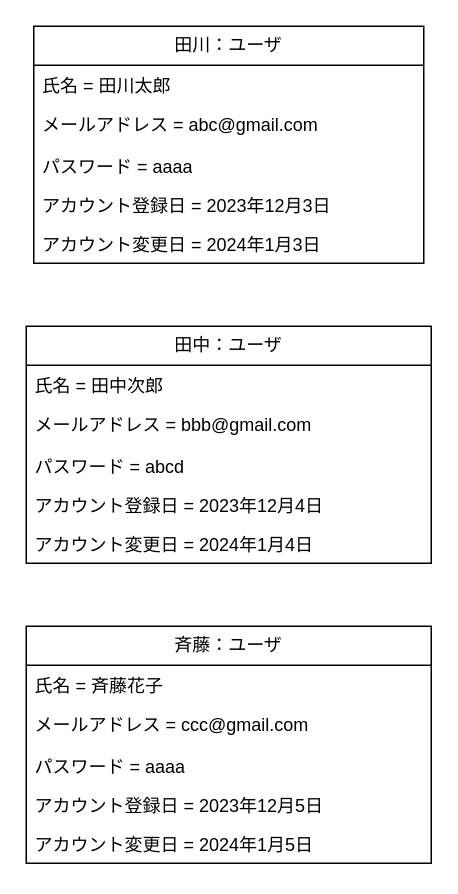
tawainfer/scorpio keeps this draw.io diagram as 概念モデル/05_ログアウトする/ログアウトする.drawio. Above is the earlier version. Source tidied: cells renumbered, new cells numbered last; positions are measured from the earlier drawing's top-left corner, leaving out a move shared by most shapes. Both pictures are drawn from the tidied source at 150%, with x=0, y=0 at pixel (26, 26).
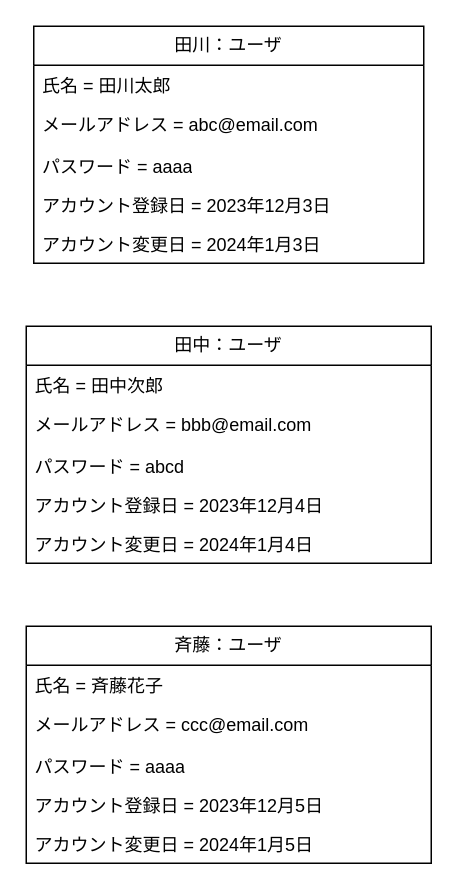
The same page after the edit.

Change to the diagram source:
```diff
@@
 <mxGraphModel>
   <root>
     <mxCell id="0" />
     <mxCell id="1" parent="0" />
     <mxCell id="2" value="田川：ユーザ" style="swimlane;fontStyle=0;horizontal=1;startSize=26;fillColor=none;whiteSpace=wrap;html=1;" parent="1" vertex="1">
       <mxGeometry x="5" width="260" height="158" as="geometry" />
     </mxCell>
     <mxCell id="3" value="氏名 = 田川太郎" style="text;strokeColor=none;fillColor=none;align=left;verticalAlign=top;spacingLeft=4;spacingRight=4;overflow=hidden;whiteSpace=wrap;html=1;" parent="2" vertex="1">
       <mxGeometry y="26" width="260" height="26" as="geometry" />
     </mxCell>
-    <mxCell id="4" value="メールアドレス = abc@gmail.com" style="text;strokeColor=none;fillColor=none;align=left;verticalAlign=top;spacingLeft=4;spacingRight=4;overflow=hidden;whiteSpace=wrap;html=1;" parent="2" vertex="1">
+    <mxCell id="4" value="メールアドレス = abc@email.com" style="text;strokeColor=none;fillColor=none;align=left;verticalAlign=top;spacingLeft=4;spacingRight=4;overflow=hidden;whiteSpace=wrap;html=1;" parent="2" vertex="1">
       <mxGeometry y="52" width="260" height="28" as="geometry" />
     </mxCell>
     <mxCell id="5" value="パスワード = aaaa" style="text;strokeColor=none;fillColor=none;align=left;verticalAlign=top;spacingLeft=4;spacingRight=4;overflow=hidden;whiteSpace=wrap;html=1;" parent="2" vertex="1">
       <mxGeometry y="80" width="260" height="26" as="geometry" />
     </mxCell>
     <mxCell id="6" value="アカウント登録日 = 2023年12月3日" style="text;strokeColor=none;fillColor=none;align=left;verticalAlign=top;spacingLeft=4;spacingRight=4;overflow=hidden;whiteSpace=wrap;html=1;" parent="2" vertex="1">
       <mxGeometry y="106" width="260" height="26" as="geometry" />
     </mxCell>
     <mxCell id="7" value="アカウント変更日 = 2024年1月3日" style="text;strokeColor=none;fillColor=none;align=left;verticalAlign=top;spacingLeft=4;spacingRight=4;overflow=hidden;whiteSpace=wrap;html=1;" parent="2" vertex="1">
       <mxGeometry y="132" width="260" height="26" as="geometry" />
     </mxCell>
     <mxCell id="8" value="田中：ユーザ" style="swimlane;fontStyle=0;horizontal=1;startSize=26;fillColor=none;whiteSpace=wrap;html=1;" parent="1" vertex="1">
       <mxGeometry y="200" width="270" height="158" as="geometry" />
     </mxCell>
     <mxCell id="9" value="氏名 = 田中次郎" style="text;strokeColor=none;fillColor=none;align=left;verticalAlign=top;spacingLeft=4;spacingRight=4;overflow=hidden;whiteSpace=wrap;html=1;" parent="8" vertex="1">
       <mxGeometry y="26" width="270" height="26" as="geometry" />
     </mxCell>
-    <mxCell id="10" value="メールアドレス = bbb@gmail.com" style="text;strokeColor=none;fillColor=none;align=left;verticalAlign=top;spacingLeft=4;spacingRight=4;overflow=hidden;whiteSpace=wrap;html=1;" parent="8" vertex="1">
+    <mxCell id="10" value="メールアドレス = bbb@email.com" style="text;strokeColor=none;fillColor=none;align=left;verticalAlign=top;spacingLeft=4;spacingRight=4;overflow=hidden;whiteSpace=wrap;html=1;" parent="8" vertex="1">
       <mxGeometry y="52" width="270" height="28" as="geometry" />
     </mxCell>
     <mxCell id="11" value="パスワード = abcd" style="text;strokeColor=none;fillColor=none;align=left;verticalAlign=top;spacingLeft=4;spacingRight=4;overflow=hidden;whiteSpace=wrap;html=1;" parent="8" vertex="1">
       <mxGeometry y="80" width="270" height="26" as="geometry" />
     </mxCell>
     <mxCell id="12" value="アカウント登録日 = 2023年12月4日" style="text;strokeColor=none;fillColor=none;align=left;verticalAlign=top;spacingLeft=4;spacingRight=4;overflow=hidden;whiteSpace=wrap;html=1;" parent="8" vertex="1">
       <mxGeometry y="106" width="270" height="26" as="geometry" />
     </mxCell>
     <mxCell id="13" value="アカウント変更日 = 2024年1月4日" style="text;strokeColor=none;fillColor=none;align=left;verticalAlign=top;spacingLeft=4;spacingRight=4;overflow=hidden;whiteSpace=wrap;html=1;" parent="8" vertex="1">
       <mxGeometry y="132" width="270" height="26" as="geometry" />
     </mxCell>
     <mxCell id="14" value="斉藤：ユーザ" style="swimlane;fontStyle=0;horizontal=1;startSize=26;fillColor=none;whiteSpace=wrap;html=1;" parent="1" vertex="1">
       <mxGeometry y="400" width="270" height="158" as="geometry" />
     </mxCell>
     <mxCell id="15" value="氏名 = 斉藤花子" style="text;strokeColor=none;fillColor=none;align=left;verticalAlign=top;spacingLeft=4;spacingRight=4;overflow=hidden;whiteSpace=wrap;html=1;" parent="14" vertex="1">
       <mxGeometry y="26" width="270" height="26" as="geometry" />
     </mxCell>
-    <mxCell id="16" value="メールアドレス = ccc@gmail.com" style="text;strokeColor=none;fillColor=none;align=left;verticalAlign=top;spacingLeft=4;spacingRight=4;overflow=hidden;whiteSpace=wrap;html=1;" parent="14" vertex="1">
+    <mxCell id="16" value="メールアドレス = ccc@email.com" style="text;strokeColor=none;fillColor=none;align=left;verticalAlign=top;spacingLeft=4;spacingRight=4;overflow=hidden;whiteSpace=wrap;html=1;" parent="14" vertex="1">
       <mxGeometry y="52" width="270" height="28" as="geometry" />
     </mxCell>
     <mxCell id="17" value="パスワード = aaaa" style="text;strokeColor=none;fillColor=none;align=left;verticalAlign=top;spacingLeft=4;spacingRight=4;overflow=hidden;whiteSpace=wrap;html=1;" parent="14" vertex="1">
       <mxGeometry y="80" width="270" height="26" as="geometry" />
     </mxCell>
     <mxCell id="18" value="アカウント登録日 = 2023年12月5日" style="text;strokeColor=none;fillColor=none;align=left;verticalAlign=top;spacingLeft=4;spacingRight=4;overflow=hidden;whiteSpace=wrap;html=1;" parent="14" vertex="1">
       <mxGeometry y="106" width="270" height="26" as="geometry" />
     </mxCell>
     <mxCell id="19" value="アカウント変更日 = 2024年1月5日" style="text;strokeColor=none;fillColor=none;align=left;verticalAlign=top;spacingLeft=4;spacingRight=4;overflow=hidden;whiteSpace=wrap;html=1;" parent="14" vertex="1">
       <mxGeometry y="132" width="270" height="26" as="geometry" />
     </mxCell>
   </root>
 </mxGraphModel>
```
